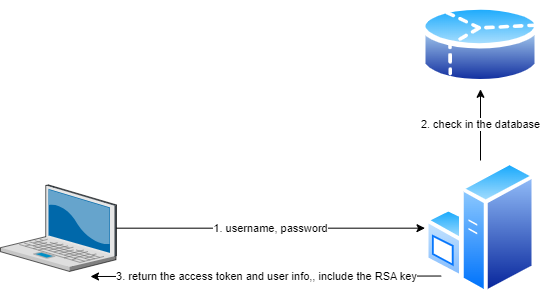
Earlier version of the draw.io export llogin.png (NamNgo-2810/Chat-App). Source tidied: cells renumbered, new cells last; positions are measured from the earlier drawing's top-left corner, leaving out a move shared by most shapes. The source it was exported from:
```xml
<mxGraphModel>
  <root>
    <mxCell id="0" />
    <mxCell id="1" parent="0" />
    <mxCell id="2" style="verticalLabelPosition=bottom;sketch=0;html=1;verticalAlign=top;strokeColor=none;align=center;outlineConnect=0;shape=mxgraph.citrix.laptop_2;" parent="1" vertex="1">
      <mxGeometry y="184.4" width="116" height="86.5" as="geometry" />
    </mxCell>
    <mxCell id="3" style="perimeter=ellipsePerimeter;html=1;align=center;shadow=0;dashed=0;spacingTop=3;image;image=img/lib/active_directory/windows_server.svg;" parent="1" vertex="1">
      <mxGeometry x="424.5" y="160" width="111" height="135.4" as="geometry" />
    </mxCell>
    <mxCell id="4" style="perimeter=ellipsePerimeter;html=1;align=center;shadow=0;dashed=0;spacingTop=3;image;image=img/lib/active_directory/database_partition_3.svg;" parent="1" vertex="1">
      <mxGeometry x="420" width="120" height="88.8" as="geometry" />
    </mxCell>
    <mxCell id="5" value="1. username, password" style="endArrow=classic;html=1;rounded=0;" parent="1" edge="1" source="2" target="3">
      <mxGeometry relative="1" as="geometry" />
    </mxCell>
    <mxCell id="6" value="2. check in the database" style="endArrow=classic;html=1;rounded=0;entryX=0.5;entryY=1;entryDx=0;entryDy=0;" parent="1" edge="1" source="3" target="4">
      <mxGeometry relative="1" as="geometry" />
    </mxCell>
    <mxCell id="7" value="3. return the access token and user info,, include the RSA key" style="endArrow=classic;html=1;rounded=0;exitX=0;exitY=1;exitDx=0;exitDy=0;" parent="1" edge="1" source="3">
      <mxGeometry relative="1" as="geometry">
        <mxPoint x="90" y="276" as="targetPoint" />
      </mxGeometry>
    </mxCell>
  </root>
</mxGraphModel>
```
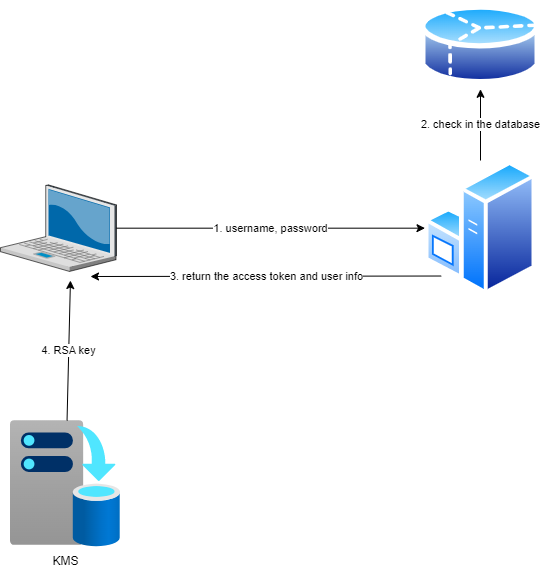
Later version of the same file.

What changed in the source:
```diff
@@ -17,10 +17,16 @@
     <mxCell id="6" value="2. check in the database" style="endArrow=classic;html=1;rounded=0;entryX=0.5;entryY=1;entryDx=0;entryDy=0;" parent="1" edge="1" source="3" target="4">
       <mxGeometry relative="1" as="geometry" />
     </mxCell>
-    <mxCell id="7" value="3. return the access token and user info,, include the RSA key" style="endArrow=classic;html=1;rounded=0;exitX=0;exitY=1;exitDx=0;exitDy=0;" parent="1" edge="1" source="3">
+    <mxCell id="7" value="3. return the access token and user info" style="endArrow=classic;html=1;rounded=0;exitX=0;exitY=1;exitDx=0;exitDy=0;" parent="1" edge="1" source="3">
       <mxGeometry relative="1" as="geometry">
         <mxPoint x="90" y="276" as="targetPoint" />
       </mxGeometry>
     </mxCell>
+    <mxCell id="8" value="KMS" style="html=1;points=[];align=center;image;fontSize=12;image=img/lib/azure2/azure_stack/Infrastructure_Backup.svg;" parent="1" vertex="1">
+      <mxGeometry x="10" y="420" width="110" height="126.5" as="geometry" />
+    </mxCell>
+    <mxCell id="9" value="4. RSA key" style="endArrow=classic;html=1;rounded=0;entryX=0.603;entryY=1.105;entryDx=0;entryDy=0;entryPerimeter=0;" parent="1" edge="1" source="8" target="2">
+      <mxGeometry relative="1" as="geometry" />
+    </mxCell>
   </root>
 </mxGraphModel>
```
